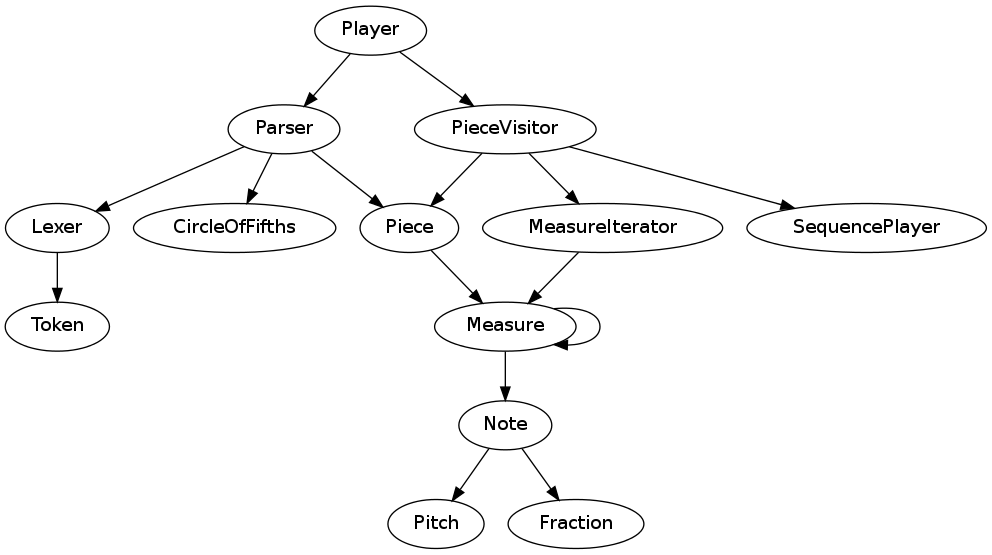
Before: design/classes.png, a diagram exported from Graphviz (Zomega/abcplayer). Its source is kept beside it as design/classes.dot.
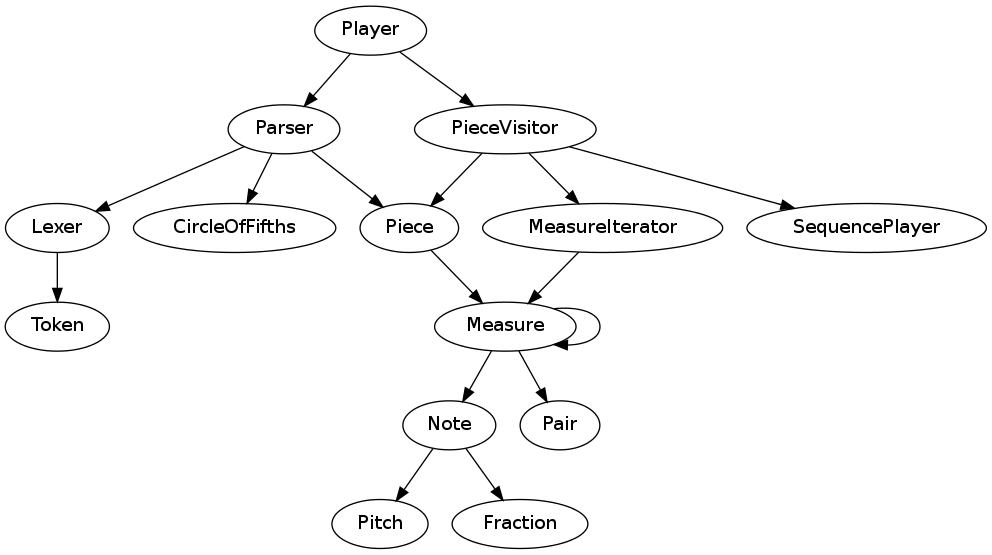
After the change.

Commit message:
Makes a quick Pair<First,Second> class...

The edit, as a diff of the source:
```diff
@@ -8,6 +8,7 @@
 	PieceVisitor -> MeasureIterator->Measure;
 	Piece->Measure->Note;
 	Measure->Measure;
+	Measure->Pair;
 	Note->Pitch;
 	Note->Fraction;
 	Player -> Parser;
```
